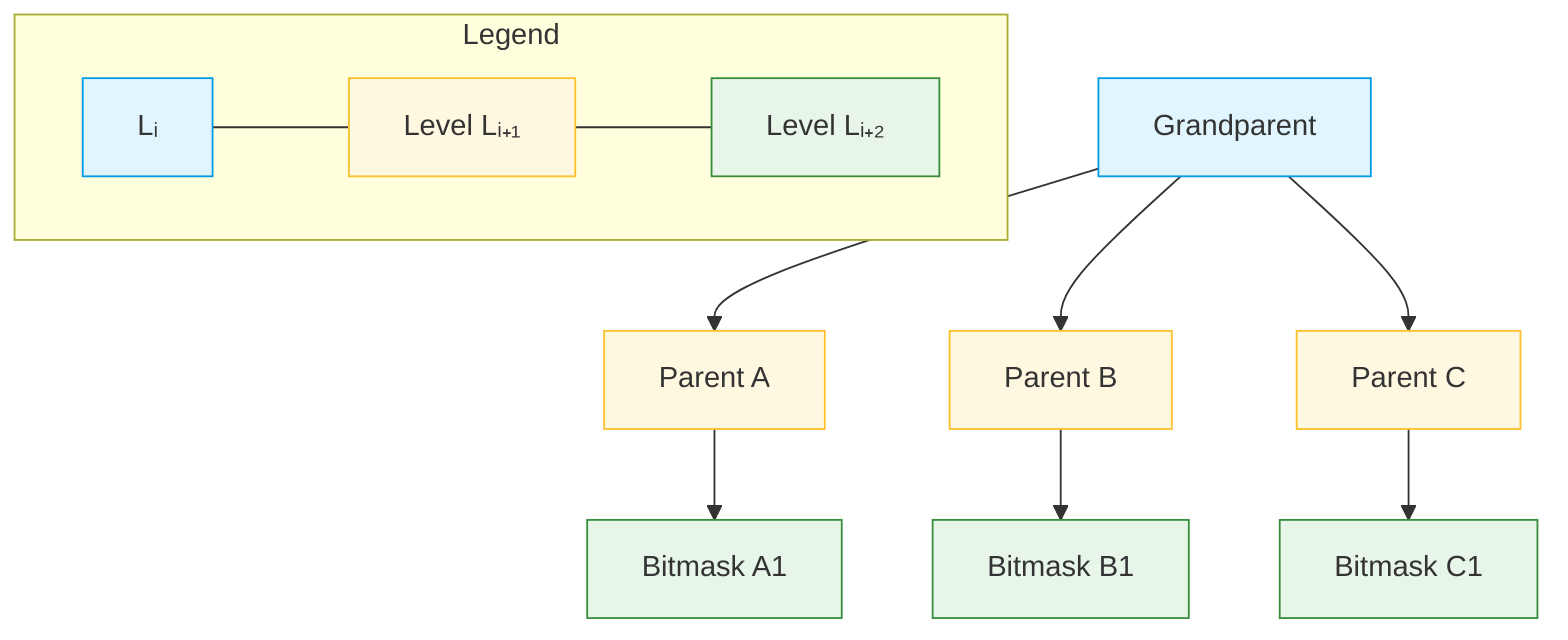
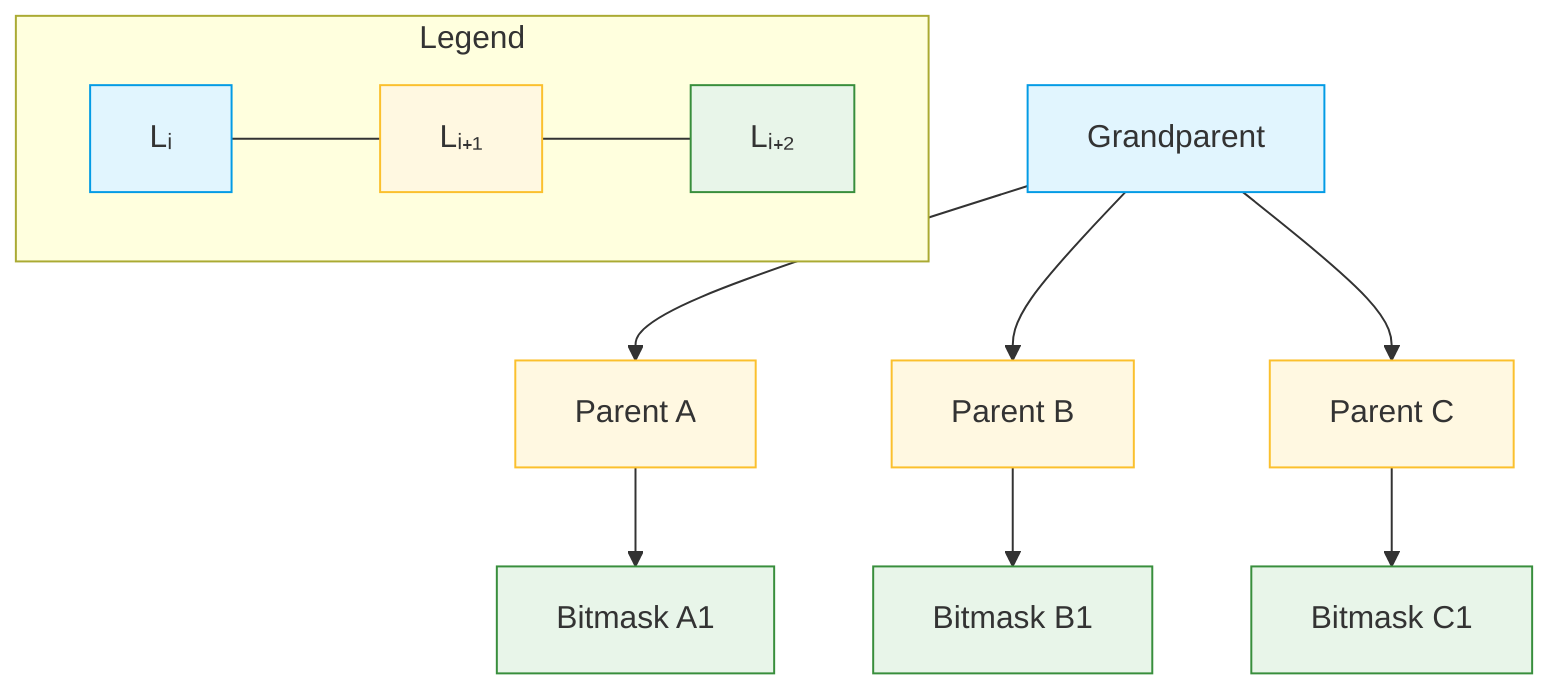
graph TD
    %% Compact Layout for Single Column
    subgraph Legend
        LG1[Lᵢ]
-         LG2[Level Lᵢ₊₁]
-         LG3[Level Lᵢ₊₂]
+         LG2[Lᵢ₊₁]
+         LG3[Lᵢ₊₂]

        %% Vertical layout within legend
        LG1 --- LG2
        LG2 --- LG3
    end

    %% Main structure with condensed labels
    G[Grandparent] --> P1[Parent A]
    G --> P2[Parent B]
    G --> P3[Parent C]

    P1 --> B1[Bitmask A1]
    P2 --> B2[Bitmask B1]
    P3 --> B3[Bitmask C1]

    %% Colors
    classDef level1 fill:#E1F5FE,stroke:#039BE5
    classDef level2 fill:#FFF8E1,stroke:#FBC02D
    classDef level3 fill:#E8F5E9,stroke:#388E3C

    class G level1
    class P1,P2,P3 level2
    class B1,B2,B3 level3
    class LG1 level1
    class LG2 level2
    class LG3 level3
